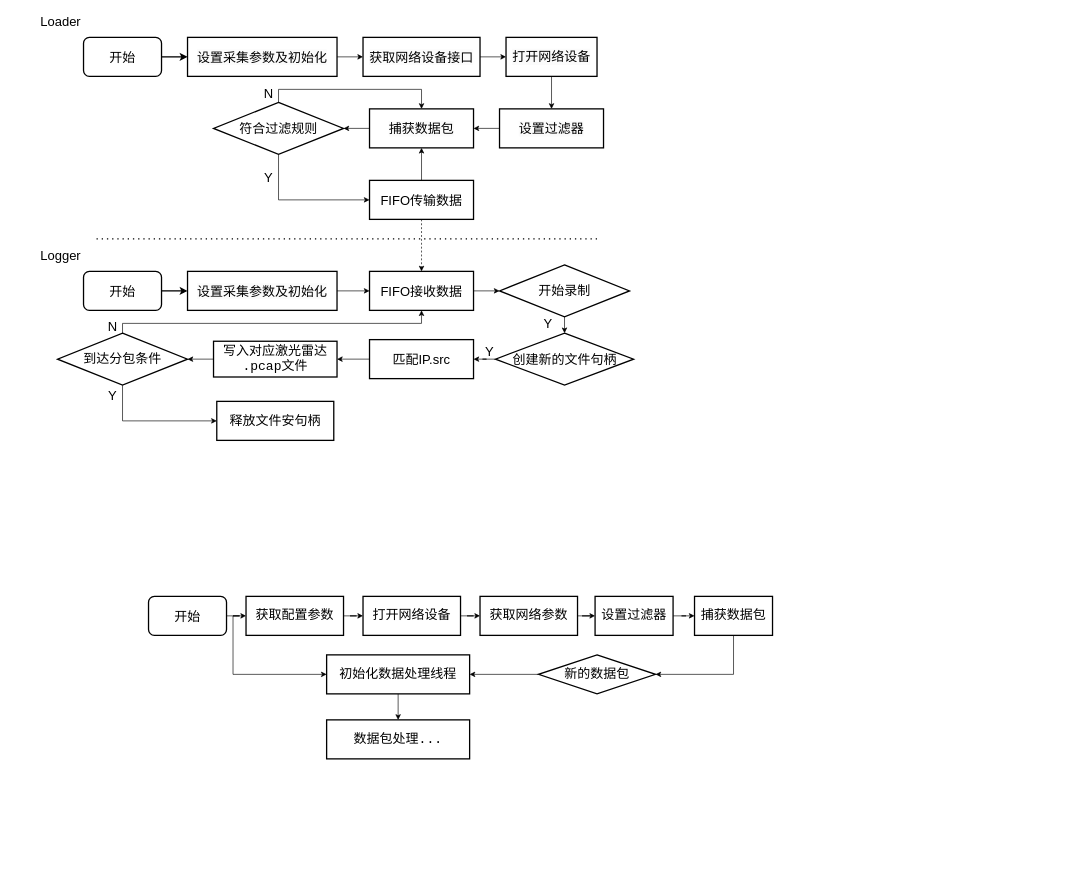
Before: LIADRLOG.drawio in strongjay/outPath, a draw.io diagram. Source tidied: cells renumbered, new cells numbered last; positions are measured from the earlier drawing's top-left corner, leaving out a move shared by most shapes. Both pictures are drawn from the tidied source at 65%, with x=0, y=0 at pixel (51, 11).
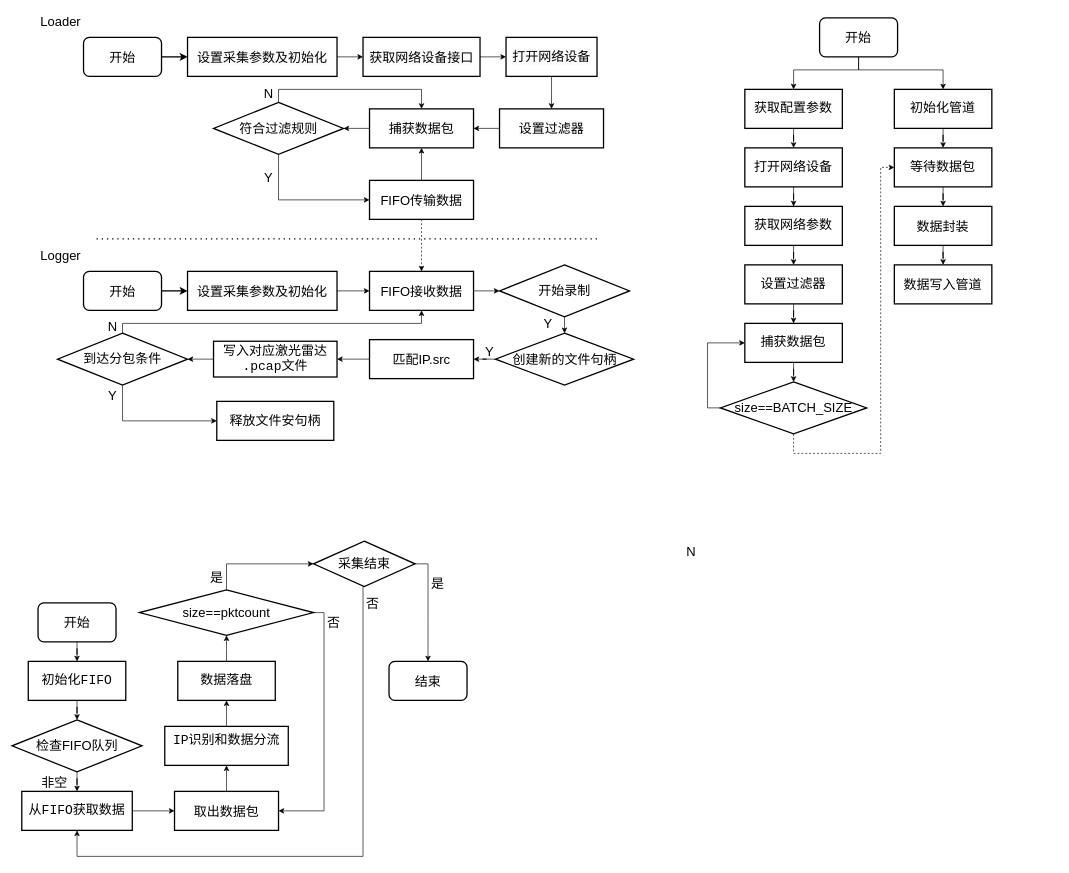
The same diagram, later.

Diff of the diagram source:
```diff
@@
-    <mxCell id="35" value="&lt;h2 style=&quot;forced-color-adjust: none; color: rgb(0, 0, 0); font-family: Helvetica; font-style: normal; font-variant-ligatures: normal; font-variant-caps: normal; letter-spacing: normal; orphans: 2; text-align: center; text-indent: 0px; text-transform: none; widows: 2; word-spacing: 0px; -webkit-text-stroke-width: 0px; white-space: normal; background-color: rgb(251, 251, 251); text-decoration-thickness: initial; text-decoration-style: initial; text-decoration-color: initial; font-size: 20px;&quot;&gt;&lt;br&gt;&lt;/h2&gt;" style="text;whiteSpace=wrap;html=1;" parent="1" vertex="1">
-      <mxGeometry x="1340" y="590" width="210" height="80" as="geometry" />
-    </mxCell>
@@
     <mxCell id="48" style="edgeStyle=orthogonalEdgeStyle;rounded=0;jettySize=auto;html=1;" parent="1" edge="1" source="50" target="52">
-      <mxGeometry relative="1" as="geometry" />
+      <mxGeometry relative="1" as="geometry">
+        <Array as="points">
+          <mxPoint x="1242.4" y="90" />
+          <mxPoint x="1142.4" y="90" />
+        </Array>
+      </mxGeometry>
     </mxCell>
-    <mxCell id="49" style="edgeStyle=orthogonalEdgeStyle;rounded=0;jettySize=auto;html=1;entryX=0;entryY=0.5;entryDx=0;entryDy=0;" parent="1" edge="1" target="58">
+    <mxCell id="49" style="edgeStyle=orthogonalEdgeStyle;rounded=0;jettySize=auto;html=1;entryX=0.5;entryY=0;entryDx=0;entryDy=0;exitX=0.5;exitY=1;exitDx=0;exitDy=0;" parent="1" edge="1" source="50" target="58">
       <mxGeometry relative="1" as="geometry">
-        <mxPoint x="290" y="930" as="sourcePoint" />
         <Array as="points">
-          <mxPoint x="280" y="930" />
-          <mxPoint x="280" y="1020" />
+          <mxPoint x="1242.4" y="90" />
+          <mxPoint x="1372.4" y="90" />
         </Array>
       </mxGeometry>
     </mxCell>
     <mxCell id="50" value="&lt;h2 style=&quot;font-size: 20px;&quot;&gt;&lt;span style=&quot;font-weight: normal;&quot;&gt;开始&lt;/span&gt;&lt;/h2&gt;" style="rounded=1;whiteSpace=wrap;html=1;strokeWidth=2;" parent="1" vertex="1">
-      <mxGeometry x="150" y="900" width="120" height="60" as="geometry" />
+      <mxGeometry x="1182.4" y="10" width="120" height="60" as="geometry" />
     </mxCell>
@@
     <mxCell id="52" value="&lt;pre style=&quot;&quot;&gt;&lt;span style=&quot;font-size: 20px; font-weight: 400;&quot;&gt;获取配置参数&lt;/span&gt;&lt;/pre&gt;" style="whiteSpace=wrap;html=1;rounded=0;strokeWidth=2;" parent="1" vertex="1">
-      <mxGeometry x="300" y="900" width="150" height="60" as="geometry" />
+      <mxGeometry x="1067.4" y="120" width="150" height="60" as="geometry" />
     </mxCell>
@@
     <mxCell id="54" value="&lt;pre style=&quot;&quot;&gt;&lt;span style=&quot;font-size: 20px;&quot;&gt;打开网络设备&lt;/span&gt;&lt;br&gt;&lt;/pre&gt;" style="whiteSpace=wrap;html=1;rounded=0;strokeWidth=2;" parent="1" vertex="1">
-      <mxGeometry x="480" y="900" width="150" height="60" as="geometry" />
+      <mxGeometry x="1067.4" y="210" width="150" height="60" as="geometry" />
     </mxCell>
@@
     <mxCell id="56" value="&lt;pre style=&quot;&quot;&gt;&lt;span style=&quot;font-size: 20px;&quot;&gt;获取网络参数&lt;/span&gt;&lt;br&gt;&lt;/pre&gt;" style="whiteSpace=wrap;html=1;rounded=0;strokeWidth=2;" parent="1" vertex="1">
-      <mxGeometry x="660" y="900" width="150" height="60" as="geometry" />
+      <mxGeometry x="1067.4" y="300" width="150" height="60" as="geometry" />
     </mxCell>
@@
-    <mxCell id="58" value="&lt;pre&gt;&lt;span style=&quot;font-size: 20px;&quot;&gt;初始化数据处理线程&lt;/span&gt;&lt;/pre&gt;" style="whiteSpace=wrap;html=1;rounded=0;strokeWidth=2;" parent="1" vertex="1">
-      <mxGeometry x="424" y="990" width="220" height="60" as="geometry" />
+    <mxCell id="58" value="&lt;pre&gt;&lt;span style=&quot;font-size: 20px;&quot;&gt;初始化管道&lt;/span&gt;&lt;/pre&gt;" style="whiteSpace=wrap;html=1;rounded=0;strokeWidth=2;" parent="1" vertex="1">
+      <mxGeometry x="1297.4" y="120" width="150" height="60" as="geometry" />
     </mxCell>
@@
     <mxCell id="60" value="&lt;pre style=&quot;&quot;&gt;&lt;span style=&quot;font-size: 20px;&quot;&gt;设置过滤器&lt;/span&gt;&lt;br&gt;&lt;/pre&gt;" style="whiteSpace=wrap;html=1;rounded=0;strokeWidth=2;" parent="1" vertex="1">
-      <mxGeometry x="837" y="900" width="120" height="60" as="geometry" />
+      <mxGeometry x="1067.4" y="390" width="150" height="60" as="geometry" />
     </mxCell>
-    <mxCell id="61" style="edgeStyle=orthogonalEdgeStyle;rounded=0;jettySize=auto;html=1;entryX=1;entryY=0.5;entryDx=0;entryDy=0;exitX=0.5;exitY=1;exitDx=0;exitDy=0;" parent="1" edge="1" source="62" target="64">
-      <mxGeometry relative="1" as="geometry" />
-    </mxCell>
+    <mxCell id="67" style="edgeStyle=orthogonalEdgeStyle;rounded=0;jettySize=auto;html=1;entryX=0;entryY=0.5;entryDx=0;entryDy=0;dashed=1;exitX=0.5;exitY=1;exitDx=0;exitDy=0;" parent="1" edge="1" source="72" target="66">
+      <mxGeometry relative="1" as="geometry">
+        <Array as="points">
+          <mxPoint x="1142.4" y="680" />
+          <mxPoint x="1276.4" y="680" />
+          <mxPoint x="1276.4" y="240" />
+        </Array>
+      </mxGeometry>
+    </mxCell>
+    <mxCell id="68" style="edgeStyle=orthogonalEdgeStyle;rounded=0;jettySize=auto;html=1;" parent="1" edge="1" source="62" target="72">
+      <mxGeometry relative="1" as="geometry" />
+    </mxCell>
     <mxCell id="62" value="&lt;pre style=&quot;&quot;&gt;&lt;span style=&quot;font-size: 20px;&quot;&gt;捕获数据包&lt;/span&gt;&lt;br&gt;&lt;/pre&gt;" style="whiteSpace=wrap;html=1;rounded=0;strokeWidth=2;" parent="1" vertex="1">
-      <mxGeometry x="990" y="900" width="120" height="60" as="geometry" />
+      <mxGeometry x="1067.4" y="480" width="150" height="60" as="geometry" />
     </mxCell>
-    <mxCell id="63" style="edgeStyle=orthogonalEdgeStyle;rounded=0;jettySize=auto;html=1;entryX=1;entryY=0.5;entryDx=0;entryDy=0;" parent="1" edge="1" source="64" target="58">
-      <mxGeometry relative="1" as="geometry" />
-    </mxCell>
-    <mxCell id="64" value="&lt;pre&gt;&lt;span style=&quot;font-size: 20px;&quot;&gt;新的数据包&lt;/span&gt;&lt;/pre&gt;" style="rhombus;whiteSpace=wrap;html=1;rounded=0;strokeWidth=2;" parent="1" vertex="1">
-      <mxGeometry x="750" y="990" width="180" height="60" as="geometry" />
-    </mxCell>
-    <mxCell id="65" style="edgeStyle=orthogonalEdgeStyle;rounded=0;orthogonalLoop=1;jettySize=auto;html=1;entryX=0.5;entryY=0;entryDx=0;entryDy=0;" parent="1" edge="1">
-      <mxGeometry relative="1" as="geometry">
-        <mxPoint x="1040" y="1000" as="sourcePoint" />
-        <mxPoint x="1040" y="1000" as="targetPoint" />
-      </mxGeometry>
-    </mxCell>
+    <mxCell id="69" style="edgeStyle=orthogonalEdgeStyle;rounded=0;jettySize=auto;html=1;" parent="1" edge="1" source="66" target="74">
+      <mxGeometry relative="1" as="geometry" />
+    </mxCell>
-    <mxCell id="66" value="&lt;pre&gt;&lt;span style=&quot;font-size: 20px;&quot;&gt;数据包处理...&lt;/span&gt;&lt;/pre&gt;" style="whiteSpace=wrap;html=1;rounded=0;strokeWidth=2;" parent="1" vertex="1">
-      <mxGeometry x="424" y="1090" width="220" height="60" as="geometry" />
+    <mxCell id="66" value="&lt;pre&gt;&lt;span style=&quot;font-size: 20px;&quot;&gt;等待数据包&lt;/span&gt;&lt;/pre&gt;" style="whiteSpace=wrap;html=1;rounded=0;strokeWidth=2;" parent="1" vertex="1">
+      <mxGeometry x="1297.4" y="210" width="150" height="60" as="geometry" />
     </mxCell>
+    <mxCell id="70" value="&lt;font style=&quot;font-size: 20px;&quot;&gt;N&lt;/font&gt;" style="text;html=1;align=center;verticalAlign=middle;whiteSpace=wrap;rounded=0;" parent="1" vertex="1">
+      <mxGeometry x="970" y="815" width="30" height="30" as="geometry" />
+    </mxCell>
+    <mxCell id="71" style="edgeStyle=orthogonalEdgeStyle;rounded=0;jettySize=auto;html=1;entryX=0;entryY=0.5;entryDx=0;entryDy=0;exitX=0;exitY=0.5;exitDx=0;exitDy=0;" parent="1" edge="1" source="72" target="62">
+      <mxGeometry relative="1" as="geometry" />
+    </mxCell>
+    <mxCell id="72" value="&lt;h2 style=&quot;&quot;&gt;&lt;span style=&quot;font-size: 20px; font-weight: 400;&quot;&gt;size==BATCH_SIZE&lt;/span&gt;&lt;/h2&gt;" style="rhombus;whiteSpace=wrap;html=1;rounded=0;strokeWidth=2;" parent="1" vertex="1">
+      <mxGeometry x="1029.9" y="570" width="225" height="80" as="geometry" />
+    </mxCell>
+    <mxCell id="73" style="edgeStyle=orthogonalEdgeStyle;rounded=0;jettySize=auto;html=1;" parent="1" edge="1" source="74" target="75">
+      <mxGeometry relative="1" as="geometry" />
+    </mxCell>
+    <mxCell id="74" value="&lt;span style=&quot;font-size: 20px;&quot;&gt;数据封装&lt;/span&gt;" style="whiteSpace=wrap;html=1;rounded=0;strokeWidth=2;" parent="1" vertex="1">
+      <mxGeometry x="1297.4" y="300" width="150" height="60" as="geometry" />
+    </mxCell>
+    <mxCell id="75" value="&lt;span style=&quot;font-size: 20px;&quot;&gt;数据写入管道&lt;/span&gt;" style="whiteSpace=wrap;html=1;rounded=0;strokeWidth=2;" parent="1" vertex="1">
+      <mxGeometry x="1297.4" y="390" width="150" height="60" as="geometry" />
+    </mxCell>
+    <mxCell id="76" style="edgeStyle=orthogonalEdgeStyle;rounded=0;jettySize=auto;html=1;" parent="1" edge="1" source="77" target="79">
+      <mxGeometry relative="1" as="geometry" />
+    </mxCell>
+    <mxCell id="77" value="&lt;h2 style=&quot;font-size: 20px;&quot;&gt;&lt;span style=&quot;font-weight: normal;&quot;&gt;开始&lt;/span&gt;&lt;/h2&gt;" style="rounded=1;whiteSpace=wrap;html=1;strokeWidth=2;" parent="1" vertex="1">
+      <mxGeometry x="-20" y="910" width="120" height="60" as="geometry" />
+    </mxCell>
+    <mxCell id="78" style="edgeStyle=orthogonalEdgeStyle;rounded=0;jettySize=auto;html=1;" parent="1" edge="1" source="79" target="91">
+      <mxGeometry relative="1" as="geometry" />
+    </mxCell>
+    <mxCell id="79" value="&lt;pre style=&quot;&quot;&gt;&lt;span style=&quot;font-size: 20px;&quot;&gt;初始化FIFO&lt;/span&gt;&lt;/pre&gt;" style="whiteSpace=wrap;html=1;rounded=0;strokeWidth=2;" parent="1" vertex="1">
+      <mxGeometry x="-35" y="1000" width="150" height="60" as="geometry" />
+    </mxCell>
+    <mxCell id="80" style="edgeStyle=orthogonalEdgeStyle;rounded=0;jettySize=auto;html=1;exitX=0.5;exitY=1;exitDx=0;exitDy=0;" parent="1" edge="1" source="91" target="82">
+      <mxGeometry relative="1" as="geometry" />
+    </mxCell>
+    <mxCell id="81" style="edgeStyle=orthogonalEdgeStyle;rounded=0;jettySize=auto;html=1;" parent="1" edge="1" source="97" target="84">
+      <mxGeometry relative="1" as="geometry" />
+    </mxCell>
+    <mxCell id="82" value="&lt;pre style=&quot;&quot;&gt;&lt;span style=&quot;font-size: 20px;&quot;&gt;从FIFO获取数据&lt;/span&gt;&lt;br&gt;&lt;/pre&gt;" style="whiteSpace=wrap;html=1;rounded=0;strokeWidth=2;" parent="1" vertex="1">
+      <mxGeometry x="-45" y="1200" width="170" height="60" as="geometry" />
+    </mxCell>
+    <mxCell id="83" style="edgeStyle=orthogonalEdgeStyle;rounded=0;jettySize=auto;html=1;" parent="1" edge="1" source="84" target="87">
+      <mxGeometry relative="1" as="geometry" />
+    </mxCell>
+    <mxCell id="84" value="&lt;pre style=&quot;&quot;&gt;&lt;span style=&quot;font-size: 20px;&quot;&gt;IP识别和数据分流&lt;br/&gt;&lt;/span&gt;&lt;br/&gt;&lt;/pre&gt;" style="whiteSpace=wrap;html=1;rounded=0;strokeWidth=2;" parent="1" vertex="1">
+      <mxGeometry x="175" y="1100" width="190" height="60" as="geometry" />
+    </mxCell>
+    <mxCell id="85" style="edgeStyle=orthogonalEdgeStyle;rounded=0;jettySize=auto;html=1;entryX=0.5;entryY=1;entryDx=0;entryDy=0;exitX=0.5;exitY=1;exitDx=0;exitDy=0;" parent="1" edge="1" source="99" target="82">
+      <mxGeometry relative="1" as="geometry">
+        <Array as="points">
+          <mxPoint x="480" y="885" />
+          <mxPoint x="480" y="1300" />
+          <mxPoint x="40" y="1300" />
+        </Array>
+      </mxGeometry>
+    </mxCell>
+    <mxCell id="86" style="edgeStyle=orthogonalEdgeStyle;rounded=0;jettySize=auto;html=1;" parent="1" edge="1" source="87" target="90">
+      <mxGeometry relative="1" as="geometry" />
+    </mxCell>
+    <mxCell id="87" value="&lt;pre style=&quot;&quot;&gt;&lt;span style=&quot;font-size: 20px;&quot;&gt;数据落盘&lt;/span&gt;&lt;br&gt;&lt;/pre&gt;" style="whiteSpace=wrap;html=1;rounded=0;strokeWidth=2;" parent="1" vertex="1">
+      <mxGeometry x="195" y="1000" width="150" height="60" as="geometry" />
+    </mxCell>
+    <mxCell id="88" style="edgeStyle=orthogonalEdgeStyle;rounded=0;jettySize=auto;html=1;exitX=0.5;exitY=0;exitDx=0;exitDy=0;" parent="1" edge="1" source="90" target="99">
+      <mxGeometry relative="1" as="geometry">
+        <Array as="points">
+          <mxPoint x="270" y="850" />
+        </Array>
+      </mxGeometry>
+    </mxCell>
+    <mxCell id="89" style="edgeStyle=orthogonalEdgeStyle;rounded=0;jettySize=auto;html=1;entryX=1;entryY=0.5;entryDx=0;entryDy=0;" parent="1" edge="1" source="90" target="97">
+      <mxGeometry relative="1" as="geometry">
+        <Array as="points">
+          <mxPoint x="420" y="925" />
+          <mxPoint x="420" y="1230" />
+        </Array>
+      </mxGeometry>
+    </mxCell>
+    <mxCell id="90" value="&lt;h2 style=&quot;&quot;&gt;&lt;span style=&quot;font-size: 20px; font-weight: 400;&quot;&gt;size==pktcount&lt;/span&gt;&lt;br&gt;&lt;/h2&gt;" style="rhombus;whiteSpace=wrap;html=1;rounded=0;strokeWidth=2;" parent="1" vertex="1">
+      <mxGeometry x="136.2" y="890" width="267.5" height="70" as="geometry" />
+    </mxCell>
+    <mxCell id="91" value="&lt;h2 style=&quot;&quot;&gt;&lt;span style=&quot;font-size: 20px; font-weight: 400;&quot;&gt;检查FIFO队列&lt;/span&gt;&lt;/h2&gt;" style="rhombus;whiteSpace=wrap;html=1;rounded=0;strokeWidth=2;" parent="1" vertex="1">
+      <mxGeometry x="-60" y="1090" width="200" height="80" as="geometry" />
+    </mxCell>
+    <mxCell id="92" value="&lt;font style=&quot;font-size: 20px;&quot;&gt;非空&lt;/font&gt;" style="text;html=1;align=center;verticalAlign=middle;whiteSpace=wrap;rounded=0;" parent="1" vertex="1">
+      <mxGeometry x="-20" y="1170" width="51.2" height="30" as="geometry" />
+    </mxCell>
+    <mxCell id="93" value="&lt;font style=&quot;font-size: 20px;&quot;&gt;否&lt;/font&gt;" style="text;html=1;align=center;verticalAlign=middle;whiteSpace=wrap;rounded=0;" parent="1" vertex="1">
+      <mxGeometry x="480" y="895" width="30" height="30" as="geometry" />
+    </mxCell>
+    <mxCell id="94" value="&lt;h2 style=&quot;font-size: 20px;&quot;&gt;&lt;span style=&quot;font-weight: normal;&quot;&gt;结束&lt;/span&gt;&lt;/h2&gt;" style="rounded=1;whiteSpace=wrap;html=1;strokeWidth=2;" parent="1" vertex="1">
+      <mxGeometry x="520" y="1000" width="120" height="60" as="geometry" />
+    </mxCell>
+    <mxCell id="95" value="&lt;font style=&quot;font-size: 20px;&quot;&gt;是&lt;/font&gt;" style="text;html=1;align=center;verticalAlign=middle;whiteSpace=wrap;rounded=0;" parent="1" vertex="1">
+      <mxGeometry x="240" y="855" width="30" height="30" as="geometry" />
+    </mxCell>
+    <mxCell id="96" style="edgeStyle=orthogonalEdgeStyle;rounded=0;jettySize=auto;html=1;" parent="1" edge="1" source="82" target="97">
+      <mxGeometry relative="1" as="geometry" />
+    </mxCell>
+    <mxCell id="97" value="&lt;span style=&quot;font-size: 20px;&quot;&gt;取出数据包&lt;/span&gt;" style="whiteSpace=wrap;html=1;rounded=0;strokeWidth=2;" parent="1" vertex="1">
+      <mxGeometry x="190" y="1200" width="160" height="60" as="geometry" />
+    </mxCell>
+    <mxCell id="98" style="edgeStyle=orthogonalEdgeStyle;rounded=0;jettySize=auto;html=1;exitX=1;exitY=0.5;exitDx=0;exitDy=0;entryX=0.5;entryY=0;entryDx=0;entryDy=0;" parent="1" edge="1" source="99" target="94">
+      <mxGeometry relative="1" as="geometry">
+        <Array as="points">
+          <mxPoint x="580" y="850" />
+          <mxPoint x="580" y="940" />
+        </Array>
+      </mxGeometry>
+    </mxCell>
+    <mxCell id="99" value="&lt;h2 style=&quot;&quot;&gt;&lt;span style=&quot;font-size: 20px; font-weight: 400;&quot;&gt;采集结束&lt;/span&gt;&lt;br&gt;&lt;/h2&gt;" style="rhombus;whiteSpace=wrap;html=1;rounded=0;strokeWidth=2;" parent="1" vertex="1">
+      <mxGeometry x="403.8" y="815" width="156.2" height="70" as="geometry" />
+    </mxCell>
+    <mxCell id="100" value="&lt;font style=&quot;font-size: 20px;&quot;&gt;是&lt;/font&gt;" style="text;html=1;align=center;verticalAlign=middle;whiteSpace=wrap;rounded=0;" parent="1" vertex="1">
+      <mxGeometry x="580" y="865" width="30" height="30" as="geometry" />
+    </mxCell>
+    <mxCell id="101" value="&lt;font style=&quot;font-size: 20px;&quot;&gt;否&lt;/font&gt;" style="text;html=1;align=center;verticalAlign=middle;whiteSpace=wrap;rounded=0;" parent="1" vertex="1">
+      <mxGeometry x="420" y="925" width="30" height="30" as="geometry" />
+    </mxCell>
```
